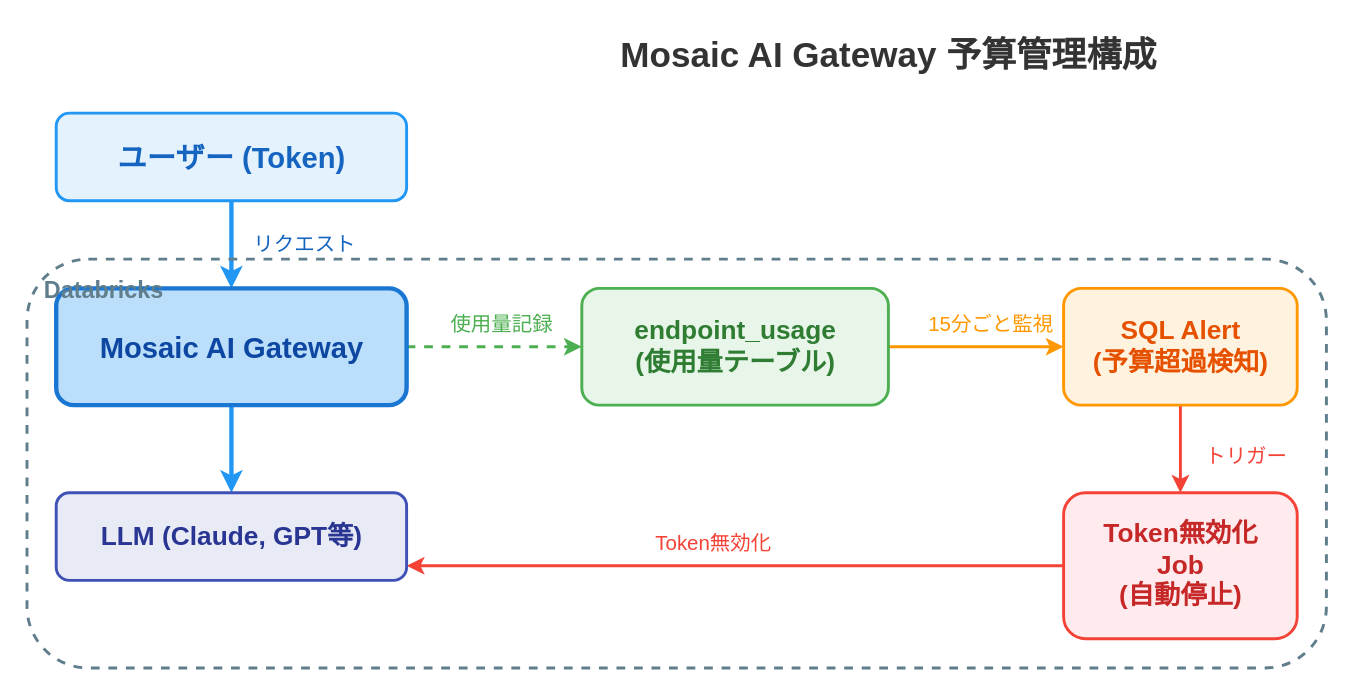
Before: assets/2026-01-27-jedai-ai-gateway/overall-architecture.drawio in i9wa4/i9wa4.github.io, a draw.io diagram. Source tidied: cells renumbered, new cells numbered last; positions are measured from the earlier drawing's top-left corner, leaving out a move shared by most shapes. Both pictures are drawn from the tidied source at 146%, with x=0, y=0 at pixel (26, 25).
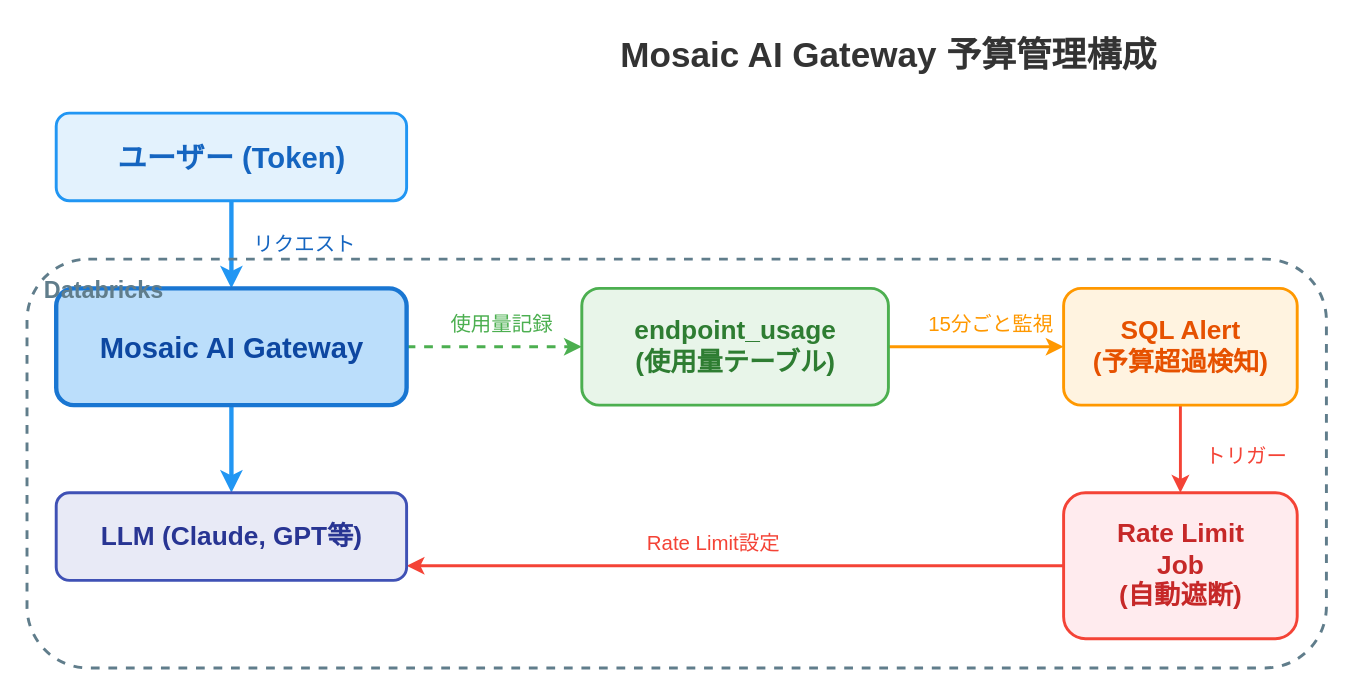
The same diagram, later.

Commit message (it also covers changes not shown here):
fix(slides): Token無効化表現をRate Limit APIに修正

Diff of the diagram source:
```diff
@@
-    <mxCell id="20" value="Token無効化&lt;br&gt;Job&lt;br&gt;(自動停止)" style="text;html=1;fontSize=18;fontFamily=Noto Sans JP;fontStyle=1;fontColor=#C62828;align=center;verticalAlign=middle;" parent="1" vertex="1">
+    <mxCell id="20" value="Rate Limit&lt;br&gt;Job&lt;br&gt;(自動遮断)" style="text;html=1;fontSize=18;fontFamily=Noto Sans JP;fontStyle=1;fontColor=#C62828;align=center;verticalAlign=middle;" parent="1" vertex="1">
       <mxGeometry x="710" y="330" width="160" height="80" as="geometry" />
     </mxCell>
@@
-    <mxCell id="25" value="Token無効化" style="text;html=1;fontSize=14;fontFamily=Noto Sans JP;fontColor=#F44336;align=center;" parent="1" vertex="1">
+    <mxCell id="25" value="Rate Limit設定" style="text;html=1;fontSize=14;fontFamily=Noto Sans JP;fontColor=#F44336;align=center;" parent="1" vertex="1">
       <mxGeometry x="420" y="340" width="100" height="25" as="geometry" />
     </mxCell>
```
